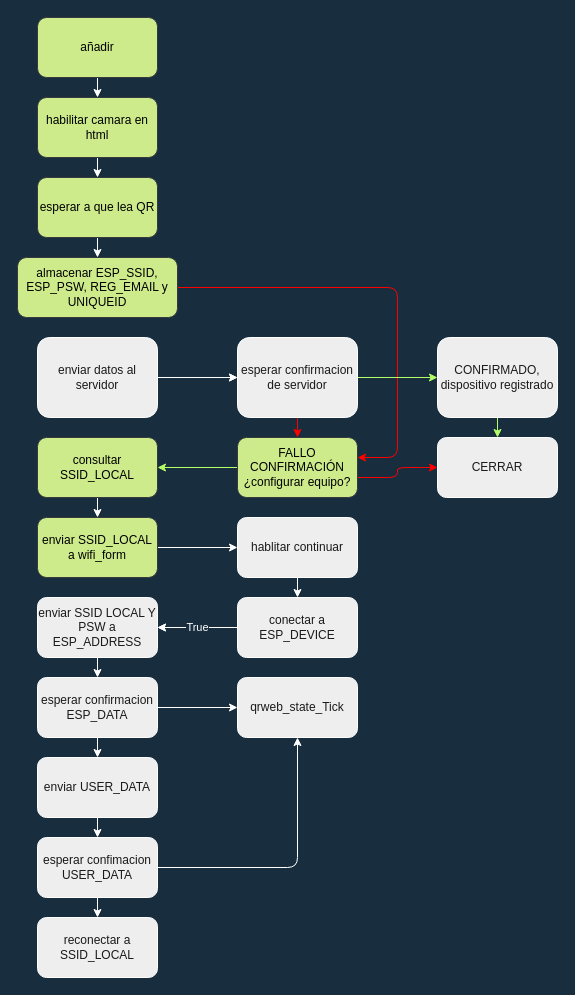
Above: design_files/Untitled Diagram3.drawio in marsex/workbench (draw.io), before the change. Source tidied: cells renumbered, new cells numbered last; positions are measured from the earlier drawing's top-left corner, leaving out a move shared by most shapes. Both pictures are drawn from the tidied source at 100%, with x=0, y=0 at pixel (17, 17).
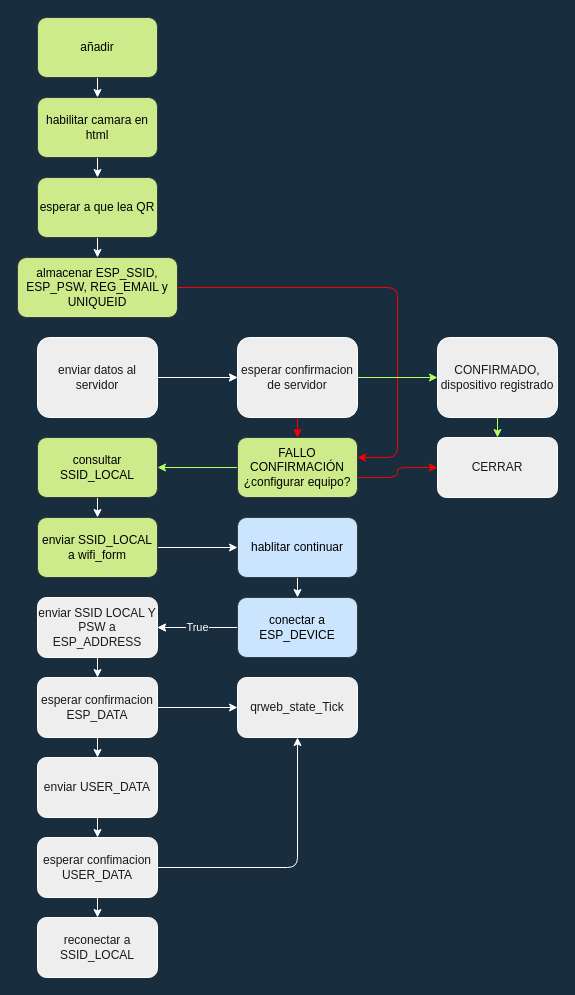
The same page after the edit.

Diff of the diagram source:
```diff
@@
-    <mxCell id="36" value="hablitar continuar" style="whiteSpace=wrap;html=1;strokeColor=#FFFFFF;fillColor=#EEEEEE;fontColor=#1A1A1A;rounded=1;" parent="1" vertex="1">
+    <mxCell id="36" value="hablitar continuar" style="whiteSpace=wrap;html=1;strokeColor=#36393d;fillColor=#cce5ff;rounded=1;" parent="1" vertex="1">
       <mxGeometry x="220" y="500" width="120" height="60" as="geometry" />
     </mxCell>
@@
-    <mxCell id="39" value="conectar a ESP_DEVICE" style="whiteSpace=wrap;html=1;strokeColor=#FFFFFF;fillColor=#EEEEEE;fontColor=#1A1A1A;rounded=1;" parent="1" vertex="1">
+    <mxCell id="39" value="conectar a ESP_DEVICE" style="whiteSpace=wrap;html=1;strokeColor=#36393d;fillColor=#cce5ff;rounded=1;" parent="1" vertex="1">
       <mxGeometry x="220" y="580" width="120" height="60" as="geometry" />
     </mxCell>
```
